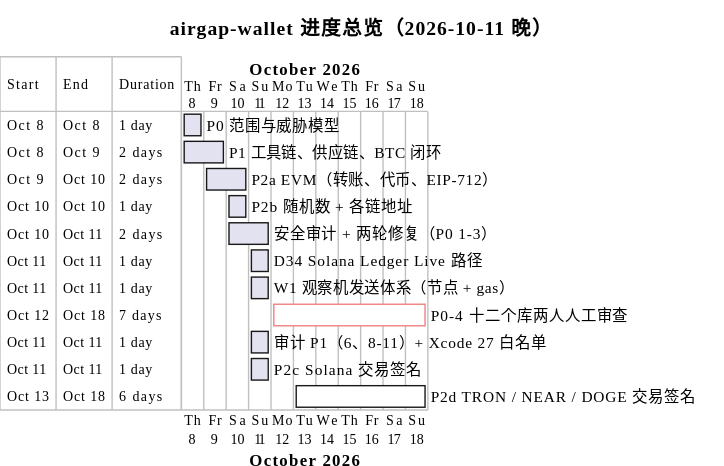
Earlier version of the PlantUML export docs/progress/overview.svg (Well365/si4ColdWallet).
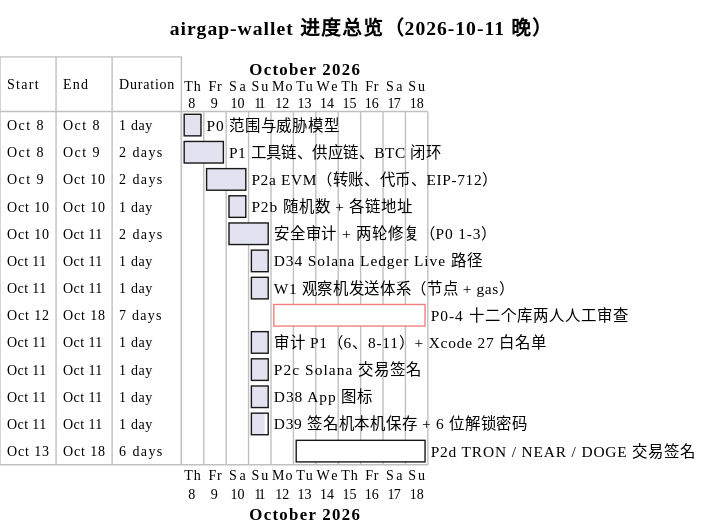
The same diagram one commit later.

The edit, as a diff of the source:
```diff
@@ -23,6 +23,10 @@
 [审计 P1（6、8-11）+ Xcode 27 白名单] is 100% completed
 [P2c Solana 交易签名] starts 2026-10-11 and lasts 1 day
 [P2c Solana 交易签名] is 95% completed
+[D38 App 图标] starts 2026-10-11 and lasts 1 day
+[D38 App 图标] is 100% completed
+[D39 签名机本机保存 + 6 位解锁密码] starts 2026-10-11 and lasts 1 day
+[D39 签名机本机保存 + 6 位解锁密码] is 80% completed
 [P2d TRON / NEAR / DOGE 交易签名] starts 2026-10-13 and lasts 6 days
 [P2d TRON / NEAR / DOGE 交易签名] is 0% completed
 @endgantt
```
